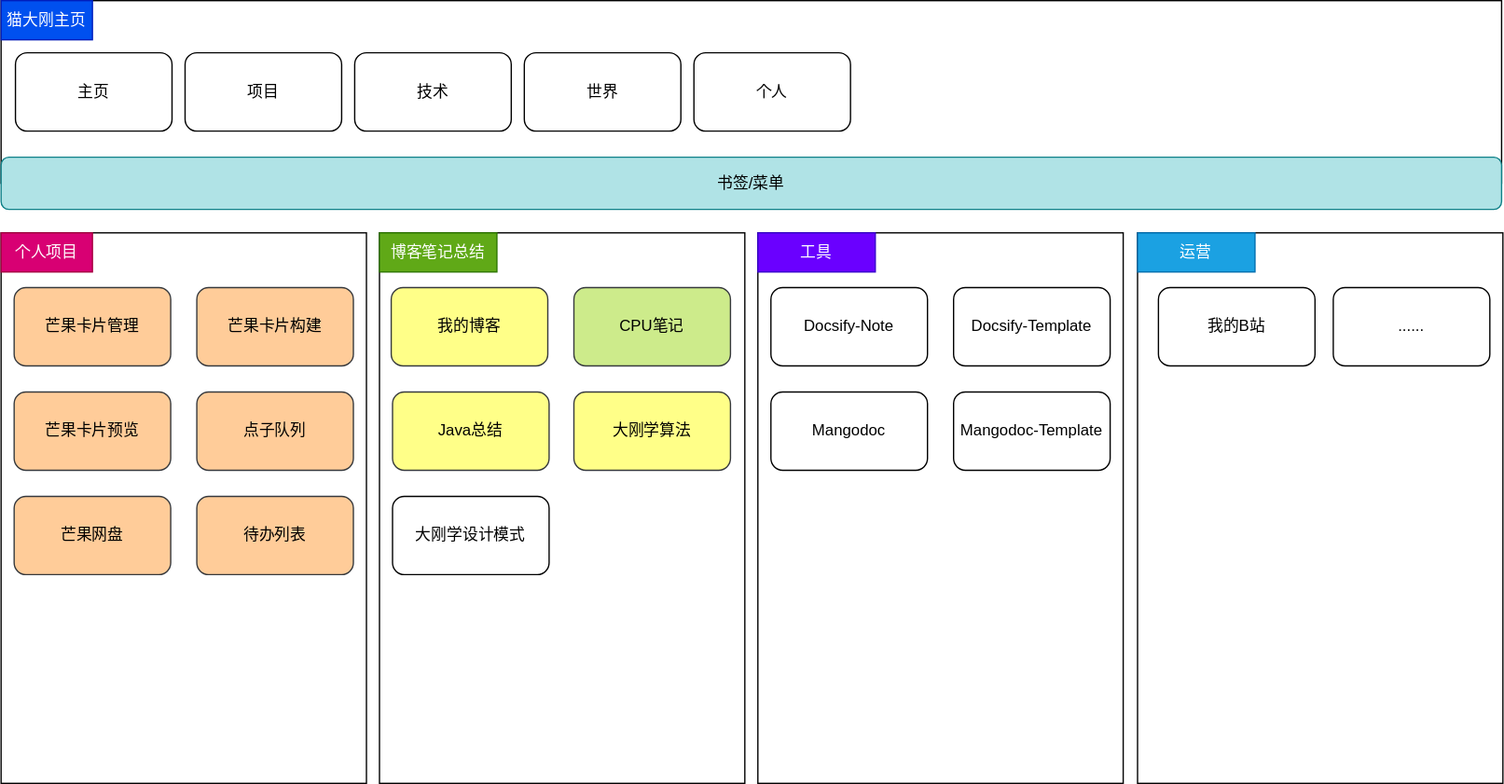
The draw.io diagram home-art.drawio.svg in mg0324/my-res, before a commit. Source tidied: cells renumbered, new cells last; positions are measured from the earlier drawing's top-left corner, leaving out a move shared by most shapes.
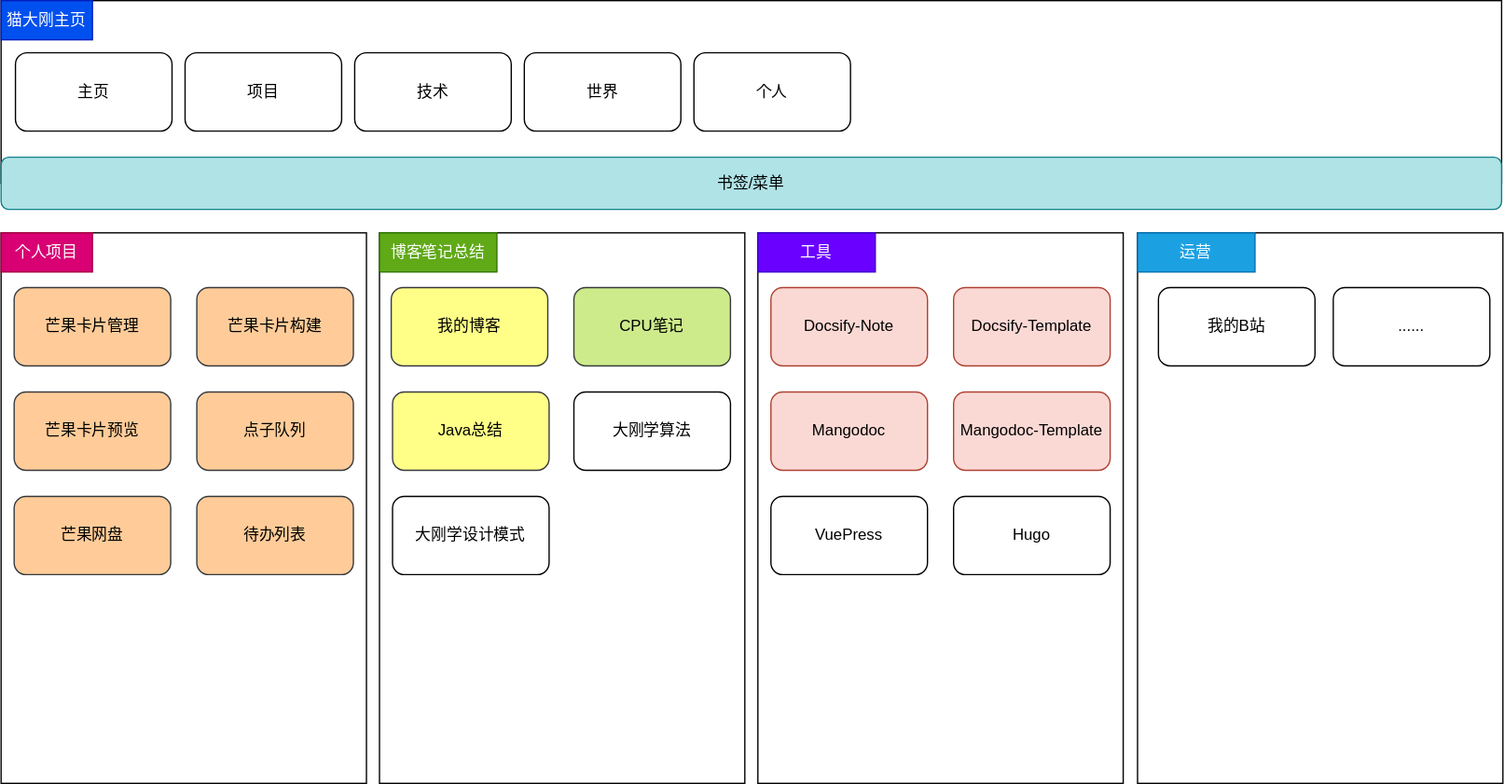
The same file after the commit.

Change to the diagram source:
```diff
@@ -32,16 +32,16 @@
     <mxCell id="11" value="Java总结" style="rounded=1;whiteSpace=wrap;html=1;fillColor=#ffff88;strokeColor=#36393d;" parent="1" vertex="1">
       <mxGeometry x="300" y="300" width="120" height="60" as="geometry" />
     </mxCell>
-    <mxCell id="12" value="Docsify-Note" style="rounded=1;whiteSpace=wrap;html=1;" parent="1" vertex="1">
+    <mxCell id="12" value="Docsify-Note" style="rounded=1;whiteSpace=wrap;html=1;fillColor=#fad9d5;strokeColor=#ae4132;" parent="1" vertex="1">
       <mxGeometry x="590" y="220" width="120" height="60" as="geometry" />
     </mxCell>
-    <mxCell id="13" value="Docsify-Template" style="rounded=1;whiteSpace=wrap;html=1;" parent="1" vertex="1">
+    <mxCell id="13" value="Docsify-Template" style="rounded=1;whiteSpace=wrap;html=1;fillColor=#fad9d5;strokeColor=#ae4132;" parent="1" vertex="1">
       <mxGeometry x="730" y="220" width="120" height="60" as="geometry" />
     </mxCell>
-    <mxCell id="14" value="Mangodoc" style="rounded=1;whiteSpace=wrap;html=1;" parent="1" vertex="1">
+    <mxCell id="14" value="Mangodoc" style="rounded=1;whiteSpace=wrap;html=1;fillColor=#fad9d5;strokeColor=#ae4132;" parent="1" vertex="1">
       <mxGeometry x="590" y="300" width="120" height="60" as="geometry" />
     </mxCell>
-    <mxCell id="15" value="Mangodoc-Template" style="rounded=1;whiteSpace=wrap;html=1;" parent="1" vertex="1">
+    <mxCell id="15" value="Mangodoc-Template" style="rounded=1;whiteSpace=wrap;html=1;fillColor=#fad9d5;strokeColor=#ae4132;" parent="1" vertex="1">
       <mxGeometry x="730" y="300" width="120" height="60" as="geometry" />
     </mxCell>
     <mxCell id="16" value="芒果卡片管理" style="rounded=1;whiteSpace=wrap;html=1;fillColor=#ffcc99;strokeColor=#36393d;" parent="1" vertex="1">
@@ -59,7 +59,7 @@
     <mxCell id="20" value="芒果网盘" style="rounded=1;whiteSpace=wrap;html=1;fillColor=#ffcc99;strokeColor=#36393d;" parent="1" vertex="1">
       <mxGeometry x="10" y="380" width="120" height="60" as="geometry" />
     </mxCell>
-    <mxCell id="21" value="大刚学算法" style="rounded=1;whiteSpace=wrap;html=1;fillColor=#ffff88;strokeColor=#36393d;" parent="1" vertex="1">
+    <mxCell id="21" value="大刚学算法" style="rounded=1;whiteSpace=wrap;html=1;" parent="1" vertex="1">
       <mxGeometry x="439" y="300" width="120" height="60" as="geometry" />
     </mxCell>
     <mxCell id="22" value="大刚学设计模式" style="rounded=1;whiteSpace=wrap;html=1;" parent="1" vertex="1">
@@ -101,5 +101,11 @@
     <mxCell id="34" value="猫大刚主页" style="text;html=1;strokeColor=#001DBC;fillColor=#0050ef;align=center;verticalAlign=middle;whiteSpace=wrap;rounded=0;fontColor=#ffffff;" parent="1" vertex="1">
       <mxGeometry width="70" height="30" as="geometry" />
     </mxCell>
+    <mxCell id="35" value="VuePress" style="rounded=1;whiteSpace=wrap;html=1;" parent="1" vertex="1">
+      <mxGeometry x="590" y="380" width="120" height="60" as="geometry" />
+    </mxCell>
+    <mxCell id="36" value="Hugo" style="rounded=1;whiteSpace=wrap;html=1;" parent="1" vertex="1">
+      <mxGeometry x="730" y="380" width="120" height="60" as="geometry" />
+    </mxCell>
   </root>
 </mxGraphModel>
```
